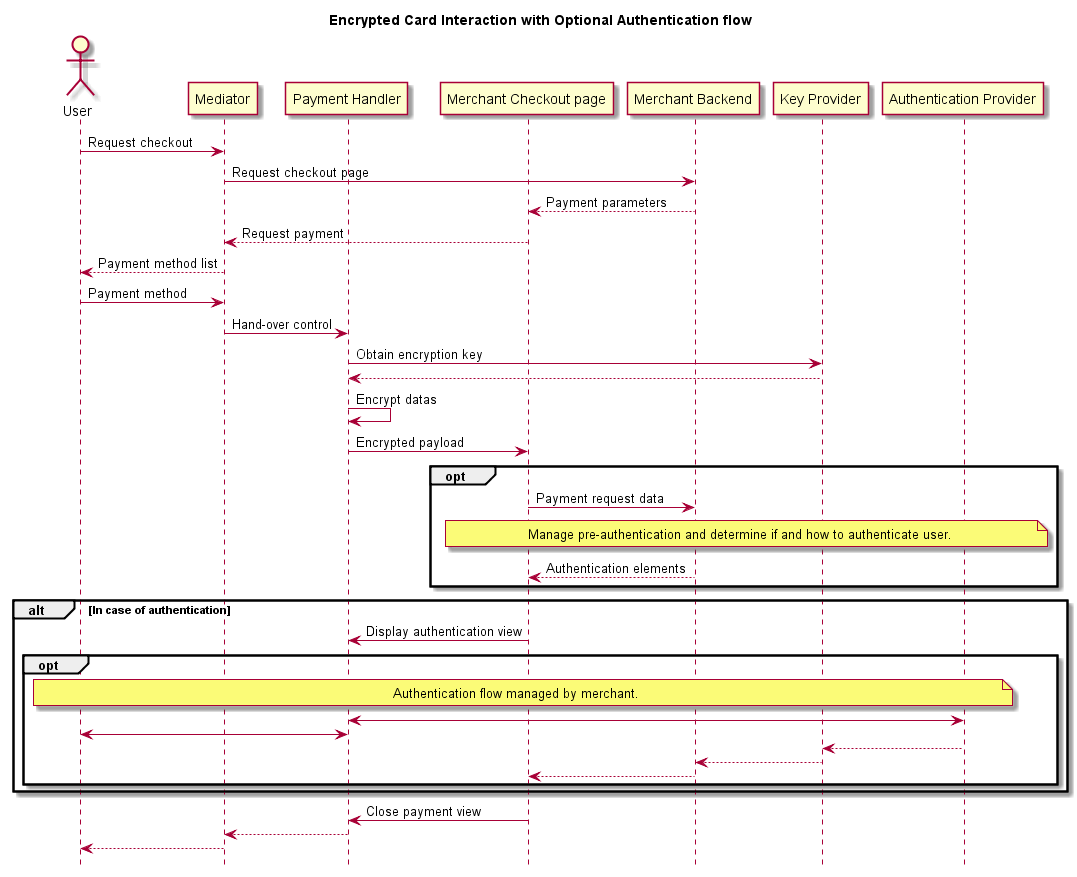
Above: sequence-diagram-PRAPI-3DS2-minimized.png in lyra-labs/poc-w3c-webpayments (PlantUML), before the change. Its diagram source:
```plantuml
@startuml
hide footbox
title Encrypted Card Interaction with Optional Authentication flow

actor "User" as A
participant "Mediator" as B
participant "Payment Handler" as C
participant "Merchant Checkout page" as G
participant "Merchant Backend" as D
participant "Key Provider" as E
participant "Authentication Provider" as F

A -> B : Request checkout
B -> D : Request checkout page
D --> G : Payment parameters
G --> B : Request payment
B --> A: Payment method list
A -> B : Payment method
B -> C : Hand-over control
C -> E : Obtain encryption key
E --> C
C -> C : Encrypt datas
C -> G : Encrypted payload

opt
G -> D : Payment request data
note over G, F
Manage pre-authentication and determine if and how to authenticate user.
end note
D --> G: Authentication elements
end

alt In case of authentication
G -> C: Display authentication view
opt
note over A, F
Authentication flow managed by merchant.
end note
C <-> F
A <-> C
F --> E
E --> D
D --> G
end
end

G -> C : Close payment view
C --> B
B --> A
@enduml
```
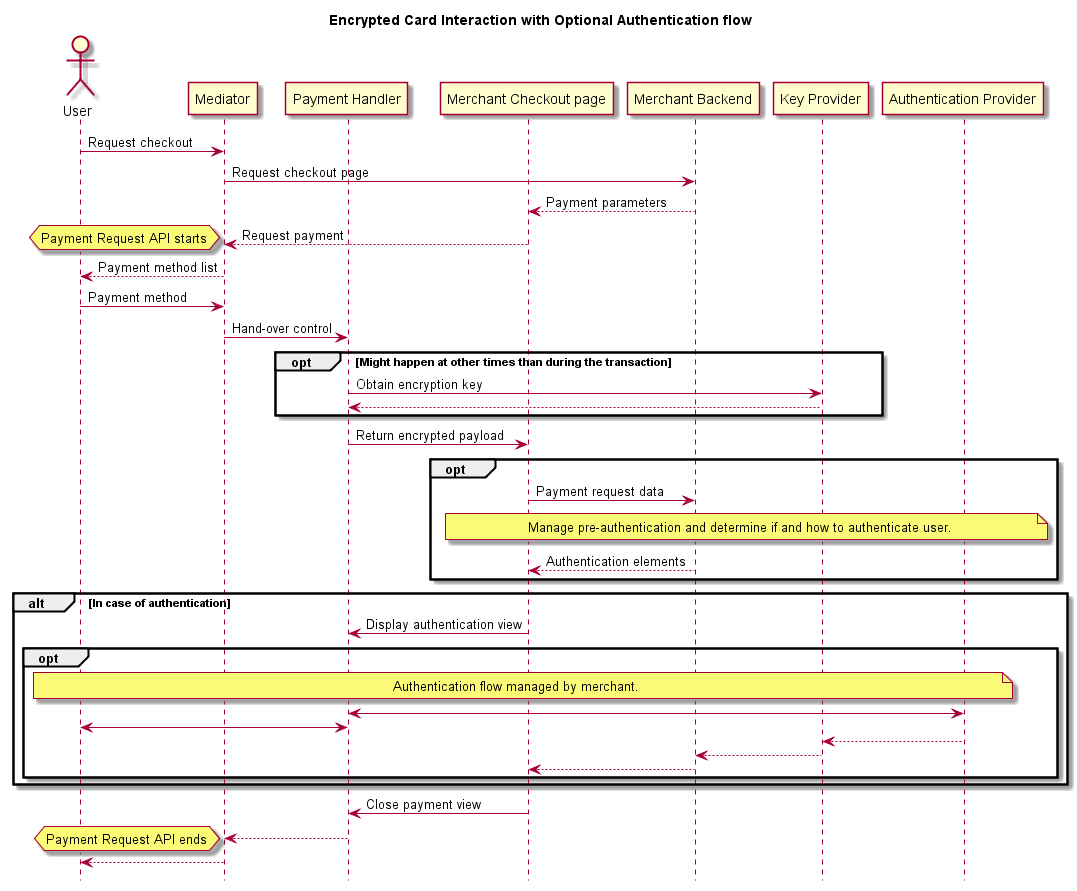
Above is the later version.

Diff of the diagram source:
```diff
@@ -14,13 +14,15 @@
 B -> D : Request checkout page
 D --> G : Payment parameters
 G --> B : Request payment
+hnote left: Payment Request API starts
 B --> A: Payment method list
 A -> B : Payment method
 B -> C : Hand-over control
+opt Might happen at other times than during the transaction
 C -> E : Obtain encryption key
 E --> C
-C -> C : Encrypt datas
-C -> G : Encrypted payload
+end
+C -> G : Return encrypted payload
 
 opt
 G -> D : Payment request data
@@ -46,5 +48,6 @@
 
 G -> C : Close payment view
 C --> B
+hnote left: Payment Request API ends
 B --> A
 @enduml
```
